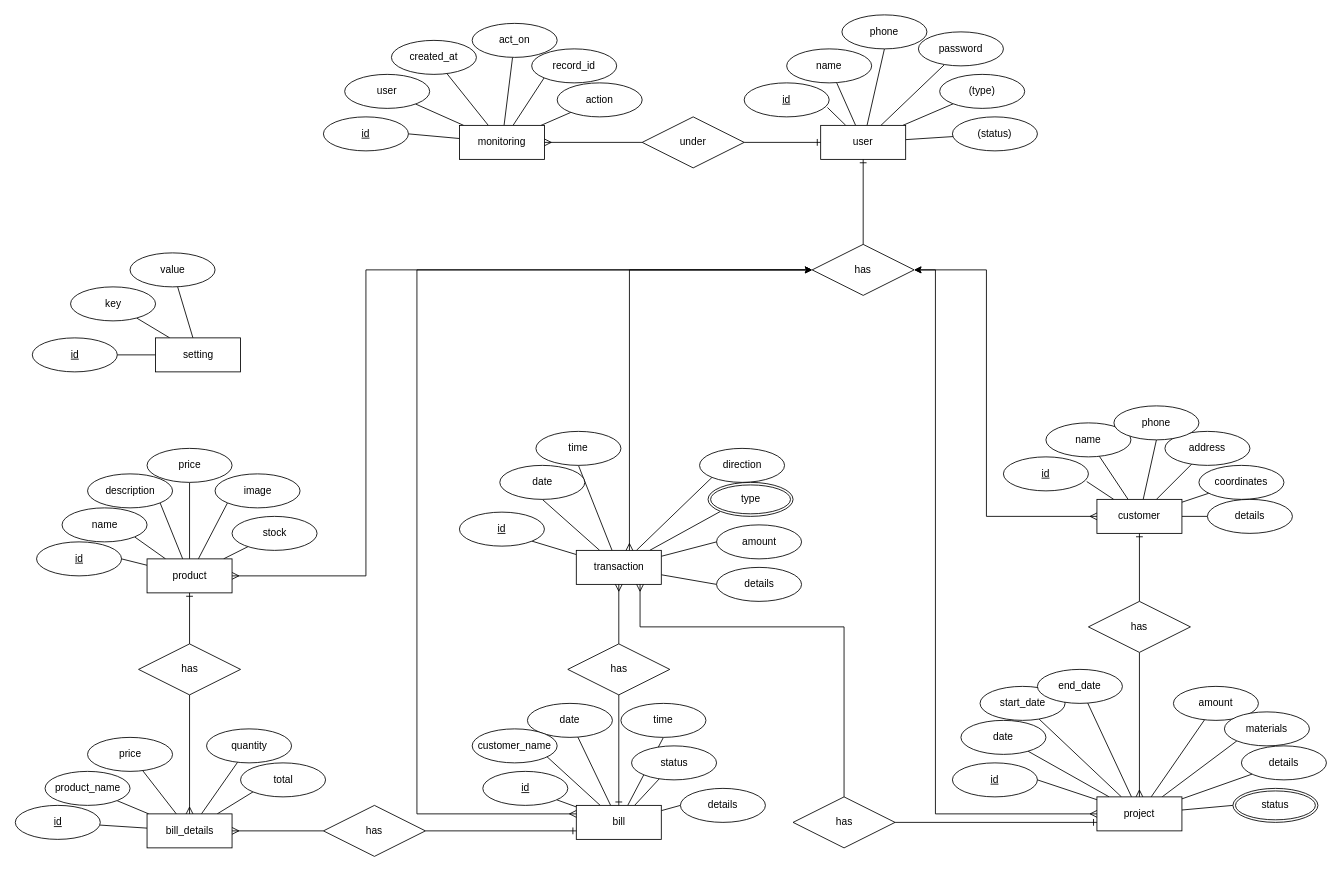
The draw.io diagram page "ERD" (1 of 2) of Diagrams/drawio/ModernHouse.drawio in khaledfathi/ModernHouse, before the edit. Source tidied: cells renumbered, new cells numbered last; positions are measured from the earlier drawing's top-left corner, leaving out a move shared by most shapes. Both pictures are drawn from the tidied source at 85%, with x=0, y=0 at pixel (15, 14).
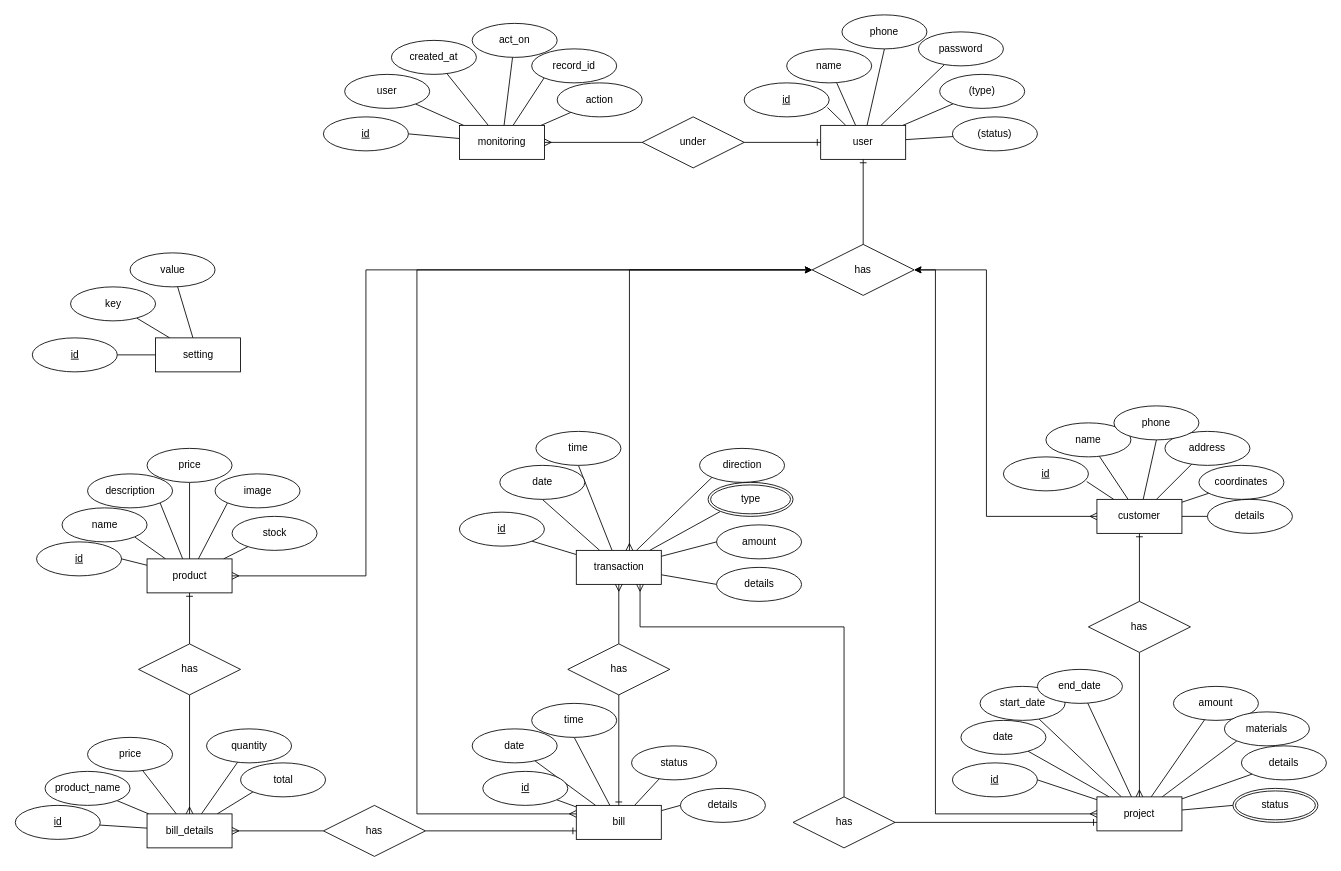
After the change.

Unchanged cells that the change refers to:
```xml
<mxCell id="32" value="bill" style="whiteSpace=wrap;html=1;align=center;" parent="1" vertex="1">
  <mxGeometry x="659.5" y="930" width="100" height="40" as="geometry" />
</mxCell>
```

Diff of the diagram source:
```diff
@@
-    <mxCell id="31" style="rounded=0;jettySize=auto;html=1;endArrow=none;endFill=0;" parent="1" edge="1" source="32">
-      <mxGeometry relative="1" as="geometry">
-        <mxPoint x="622" y="870" as="targetPoint" />
-      </mxGeometry>
-    </mxCell>
@@
     <mxCell id="80" value="date" style="ellipse;whiteSpace=wrap;html=1;align=center;" parent="1" vertex="1">
-      <mxGeometry x="602" y="810" width="100" height="40" as="geometry" />
+      <mxGeometry x="537" y="840" width="100" height="40" as="geometry" />
     </mxCell>
@@
     <mxCell id="139" value="time" style="ellipse;whiteSpace=wrap;html=1;align=center;" parent="1" vertex="1">
-      <mxGeometry x="712" y="810" width="100" height="40" as="geometry" />
+      <mxGeometry x="607" y="810" width="100" height="40" as="geometry" />
     </mxCell>
@@
-    <mxCell id="142" value="customer_name" style="ellipse;whiteSpace=wrap;html=1;align=center;" parent="1" vertex="1">
-      <mxGeometry x="537" y="840" width="100" height="40" as="geometry" />
-    </mxCell>
```
